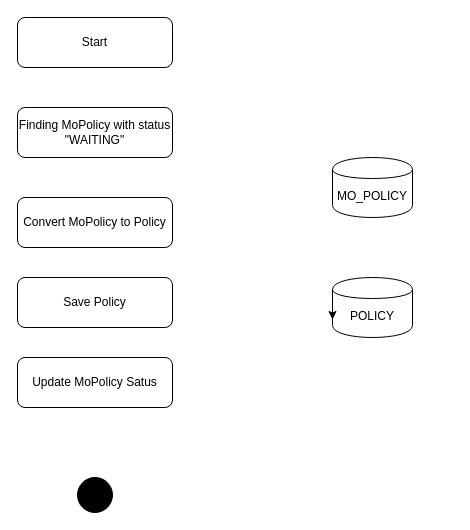
Earlier version of the draw.io diagram PolicyCheckIn.drawio (phatcharalaw/my-doc). Source tidied: cells renumbered, new cells numbered last; positions are measured from the earlier drawing's top-left corner, leaving out a move shared by most shapes. Both pictures are drawn from the tidied source at 100%, with x=0, y=0 at pixel (17, 17).
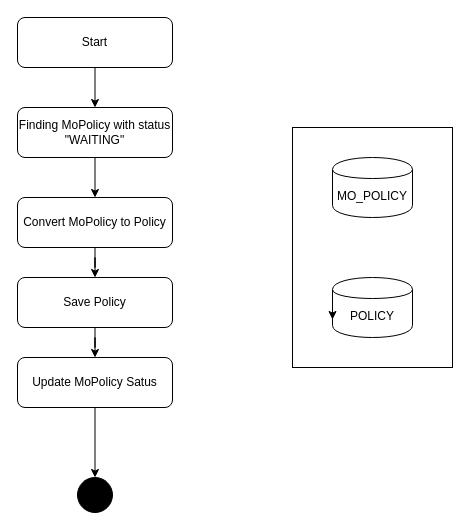
The same diagram, later.

The edit, as a diff of the source:
```diff
@@
 <mxGraphModel>
   <root>
     <mxCell id="0" />
     <mxCell id="1" parent="0" />
+    <mxCell id="11" style="rounded=0;whiteSpace=wrap;html=1;strokeColor=#000000;fillColor=none;" parent="1" vertex="1">
+      <mxGeometry x="275" y="110" width="160" height="240" as="geometry" />
+    </mxCell>
+    <mxCell id="12" style="edgeStyle=orthogonalEdgeStyle;rounded=0;jettySize=auto;html=1;entryX=0.5;entryY=0;entryDx=0;entryDy=0;" parent="1" edge="1" source="2" target="3">
+      <mxGeometry relative="1" as="geometry" />
+    </mxCell>
     <mxCell id="2" value="Start" style="rounded=1;whiteSpace=wrap;html=1;" parent="1" vertex="1">
       <mxGeometry width="155" height="50" as="geometry" />
     </mxCell>
+    <mxCell id="13" style="edgeStyle=orthogonalEdgeStyle;rounded=0;jettySize=auto;html=1;entryX=0.5;entryY=0;entryDx=0;entryDy=0;" parent="1" edge="1" source="3" target="6">
+      <mxGeometry relative="1" as="geometry" />
+    </mxCell>
     <mxCell id="3" value="Finding MoPolicy with status &quot;WAITING&quot;" style="rounded=1;whiteSpace=wrap;html=1;" parent="1" vertex="1">
       <mxGeometry y="90" width="155" height="50" as="geometry" />
     </mxCell>
     <mxCell id="4" value="MO_POLICY" style="shape=cylinder;whiteSpace=wrap;html=1;boundedLbl=1;backgroundOutline=1;" parent="1" vertex="1">
       <mxGeometry x="315" y="140" width="80" height="60" as="geometry" />
     </mxCell>
     <mxCell id="5" value="POLICY" style="shape=cylinder;whiteSpace=wrap;html=1;boundedLbl=1;backgroundOutline=1;" parent="1" vertex="1">
       <mxGeometry x="315" y="260" width="80" height="60" as="geometry" />
     </mxCell>
+    <mxCell id="14" style="edgeStyle=orthogonalEdgeStyle;rounded=0;jettySize=auto;html=1;entryX=0.5;entryY=0;entryDx=0;entryDy=0;" parent="1" edge="1" source="6" target="7">
+      <mxGeometry relative="1" as="geometry" />
+    </mxCell>
     <mxCell id="6" value="Convert MoPolicy to Policy" style="rounded=1;whiteSpace=wrap;html=1;" parent="1" vertex="1">
       <mxGeometry y="180" width="155" height="50" as="geometry" />
     </mxCell>
+    <mxCell id="15" style="edgeStyle=orthogonalEdgeStyle;rounded=0;jettySize=auto;html=1;entryX=0.5;entryY=0;entryDx=0;entryDy=0;" parent="1" edge="1" source="7" target="9">
+      <mxGeometry relative="1" as="geometry" />
+    </mxCell>
     <mxCell id="7" value="Save Policy" style="rounded=1;whiteSpace=wrap;html=1;" parent="1" vertex="1">
       <mxGeometry y="260" width="155" height="50" as="geometry" />
     </mxCell>
     <mxCell id="8" style="edgeStyle=orthogonalEdgeStyle;rounded=0;orthogonalLoop=1;jettySize=auto;html=1;exitX=0;exitY=0.5;exitDx=0;exitDy=0;entryX=0;entryY=0.7;entryDx=0;entryDy=0;" parent="1" edge="1" source="5" target="5">
       <mxGeometry relative="1" as="geometry" />
     </mxCell>
+    <mxCell id="16" style="edgeStyle=orthogonalEdgeStyle;rounded=0;jettySize=auto;html=1;entryX=0.5;entryY=0;entryDx=0;entryDy=0;" parent="1" edge="1" source="9" target="10">
+      <mxGeometry relative="1" as="geometry" />
+    </mxCell>
     <mxCell id="9" value="Update MoPolicy Satus" style="rounded=1;whiteSpace=wrap;html=1;" parent="1" vertex="1">
       <mxGeometry y="340" width="155" height="50" as="geometry" />
     </mxCell>
     <mxCell id="10" style="ellipse;whiteSpace=wrap;html=1;strokeColor=#000000;fillColor=#000000;" parent="1" vertex="1">
       <mxGeometry x="60" y="460" width="35" height="35" as="geometry" />
     </mxCell>
   </root>
 </mxGraphModel>
```
